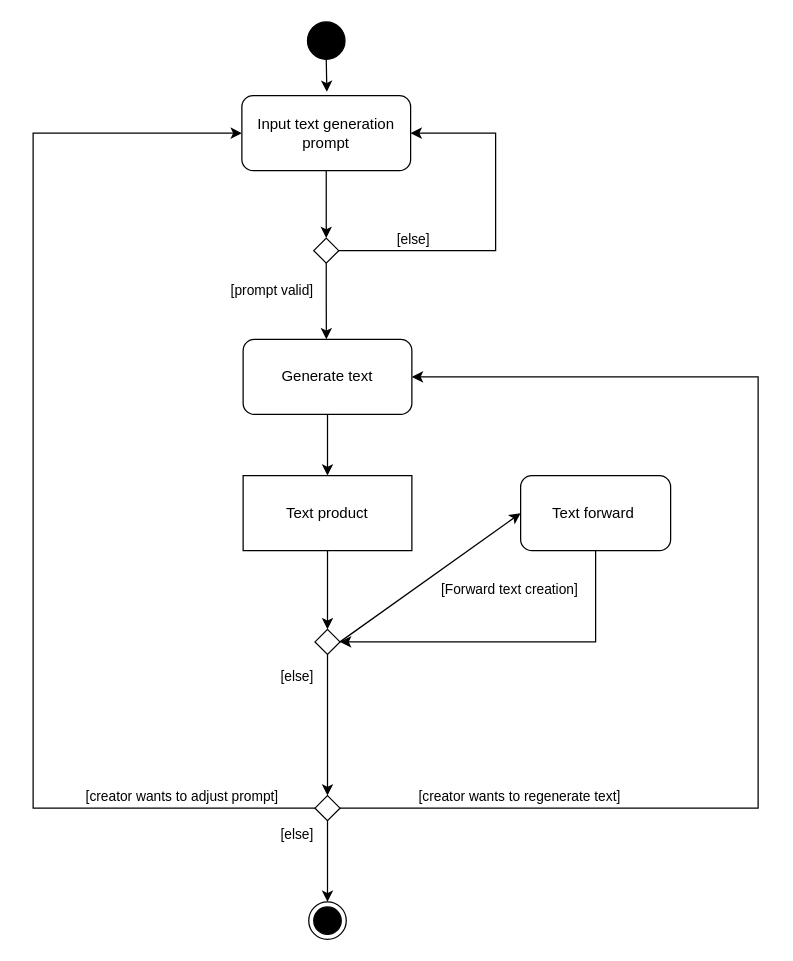
Earlier version of the draw.io diagram Documentation/Activity Diagram/Text Creation AD 20231005.drawio (Darrenchenn/Model-based-software-design). Source tidied: cells renumbered, new cells numbered last; positions are measured from the earlier drawing's top-left corner, leaving out a move shared by most shapes. Both pictures are drawn from the tidied source at 125%, with x=0, y=0 at pixel (32, 21).
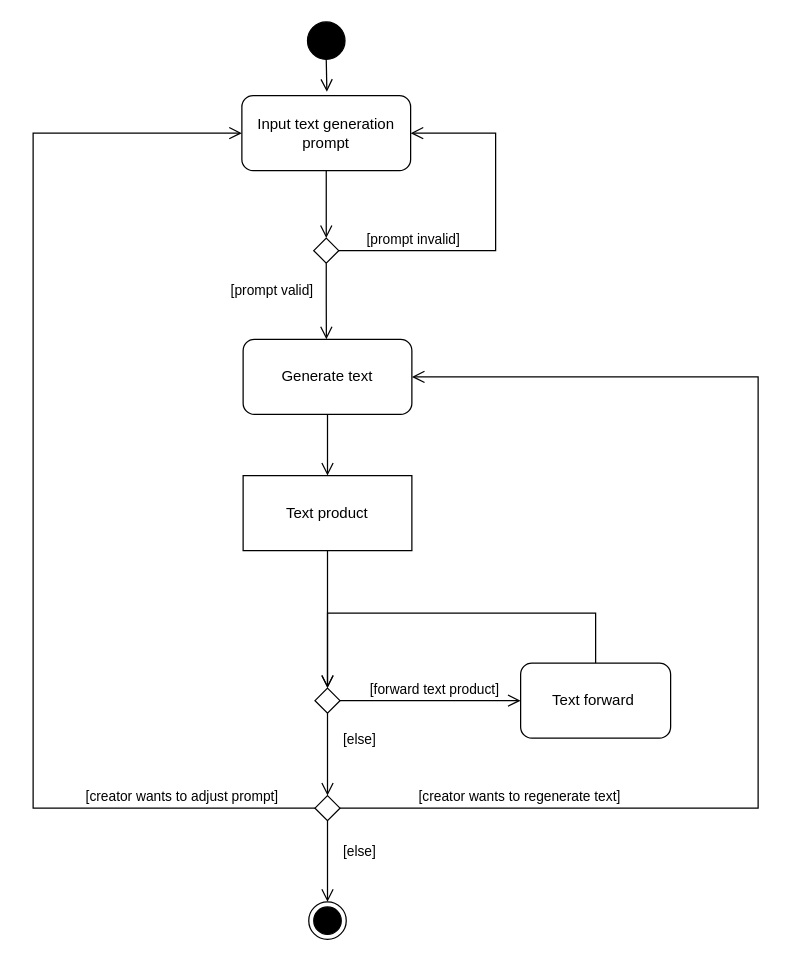
After the change.

The change refers to these unchanged cells:
```xml
<mxCell id="7" style="rhombus;fillColor=none;strokeColor=#000000;" parent="1" vertex="1">
  <mxGeometry x="224.5" y="173" width="20" height="20" as="geometry" />
</mxCell>
<mxCell id="9" value="Input text generation prompt" style="rounded=1;whiteSpace=wrap;html=1;" parent="1" vertex="1">
  <mxGeometry x="167" y="59" width="135" height="60" as="geometry" />
</mxCell>
<mxCell id="11" value="Generate text" style="rounded=1;whiteSpace=wrap;html=1;" parent="1" vertex="1">
  <mxGeometry x="168" y="254" width="135" height="60" as="geometry" />
</mxCell>
<mxCell id="18" style="ellipse;fillColor=strokeColor;html=1;" parent="1" vertex="1">
  <mxGeometry x="219.5" width="30" height="30" as="geometry" />
</mxCell>
<mxCell id="19" style="ellipse;html=1;shape=endState;fillColor=strokeColor;" parent="1" vertex="1">
  <mxGeometry x="220.5" y="704" width="30" height="30" as="geometry" />
</mxCell>
<mxCell id="20" style="rhombus;fillColor=none;strokeColor=#000000;" parent="1" vertex="1">
  <mxGeometry x="225.5" y="619" width="20" height="20" as="geometry" />
</mxCell>
<mxCell id="21" value="Text product" style="rounded=0;whiteSpace=wrap;html=1;" parent="1" vertex="1">
  <mxGeometry x="168" y="363" width="135" height="60" as="geometry" />
</mxCell>
```

The edit, as a diff of the source:
```diff
@@
-    <mxCell id="2" style="edgeStyle=orthogonalEdgeStyle;rounded=0;jettySize=auto;html=1;endArrow=classic;endFill=1;exitX=0.5;exitY=1;exitDx=0;exitDy=0;entryX=0.5;entryY=0;entryDx=0;entryDy=0;" parent="1" edge="1" source="9" target="7">
+    <mxCell id="2" style="edgeStyle=orthogonalEdgeStyle;rounded=0;jettySize=auto;html=1;endArrow=open;endFill=0;exitX=0.5;exitY=1;exitDx=0;exitDy=0;entryX=0.5;entryY=0;entryDx=0;entryDy=0;endSize=8;startSize=8;" parent="1" edge="1" source="9" target="7">
       <mxGeometry relative="1" as="geometry" />
     </mxCell>
-    <mxCell id="3" style="edgeStyle=orthogonalEdgeStyle;rounded=0;jettySize=auto;html=1;entryX=1;entryY=0.5;entryDx=0;entryDy=0;exitX=1;exitY=0.5;exitDx=0;exitDy=0;" parent="1" edge="1" source="7" target="9">
+    <mxCell id="3" style="edgeStyle=orthogonalEdgeStyle;rounded=0;jettySize=auto;html=1;entryX=1;entryY=0.5;entryDx=0;entryDy=0;exitX=1;exitY=0.5;exitDx=0;exitDy=0;endArrow=open;endFill=0;endSize=8;startSize=8;" parent="1" edge="1" source="7" target="9">
       <mxGeometry relative="1" as="geometry">
         <Array as="points">
           <mxPoint x="370" y="183" />
           <mxPoint x="370" y="89" />
         </Array>
       </mxGeometry>
     </mxCell>
-    <mxCell id="4" value="[else]" style="edgeLabel;html=1;align=center;verticalAlign=middle;" parent="3" vertex="1">
+    <mxCell id="4" value="[prompt invalid]" style="edgeLabel;html=1;align=center;verticalAlign=middle;" parent="3" vertex="1">
       <mxGeometry x="-0.69" y="-3" relative="1" as="geometry">
         <mxPoint x="14" y="-13" as="offset" />
       </mxGeometry>
     </mxCell>
-    <mxCell id="5" style="edgeStyle=orthogonalEdgeStyle;rounded=0;jettySize=auto;html=1;entryX=0.5;entryY=0;entryDx=0;entryDy=0;exitX=0.5;exitY=1;exitDx=0;exitDy=0;" parent="1" edge="1" source="7">
+    <mxCell id="5" style="edgeStyle=orthogonalEdgeStyle;rounded=0;jettySize=auto;html=1;entryX=0.5;entryY=0;entryDx=0;entryDy=0;exitX=0.5;exitY=1;exitDx=0;exitDy=0;endArrow=open;endFill=0;endSize=8;startSize=8;" parent="1" edge="1" source="7">
       <mxGeometry relative="1" as="geometry">
         <mxPoint x="234.6" y="254" as="targetPoint" />
       </mxGeometry>
     </mxCell>
@@
-    <mxCell id="8" style="edgeStyle=orthogonalEdgeStyle;rounded=0;jettySize=auto;html=1;exitX=0.5;exitY=1;exitDx=0;exitDy=0;" parent="1" edge="1" source="18">
+    <mxCell id="8" style="edgeStyle=orthogonalEdgeStyle;rounded=0;jettySize=auto;html=1;exitX=0.5;exitY=1;exitDx=0;exitDy=0;endArrow=open;endFill=0;endSize=8;startSize=8;" parent="1" edge="1" source="18">
       <mxGeometry relative="1" as="geometry">
         <mxPoint x="235" y="56" as="targetPoint" />
       </mxGeometry>
     </mxCell>
@@
-    <mxCell id="10" style="edgeStyle=orthogonalEdgeStyle;rounded=0;jettySize=auto;html=1;entryX=0.5;entryY=0;entryDx=0;entryDy=0;" parent="1" edge="1" source="11" target="21">
+    <mxCell id="10" style="edgeStyle=orthogonalEdgeStyle;rounded=0;jettySize=auto;html=1;entryX=0.5;entryY=0;entryDx=0;entryDy=0;endArrow=open;endFill=0;endSize=8;startSize=8;" parent="1" edge="1" source="11" target="21">
       <mxGeometry relative="1" as="geometry" />
     </mxCell>
@@
-    <mxCell id="12" style="edgeStyle=orthogonalEdgeStyle;rounded=0;jettySize=auto;html=1;entryX=0;entryY=0.5;entryDx=0;entryDy=0;exitX=0;exitY=0.5;exitDx=0;exitDy=0;" parent="1" edge="1" source="20" target="9">
+    <mxCell id="12" style="edgeStyle=orthogonalEdgeStyle;rounded=0;jettySize=auto;html=1;entryX=0;entryY=0.5;entryDx=0;entryDy=0;exitX=0;exitY=0.5;exitDx=0;exitDy=0;endArrow=open;endFill=0;endSize=8;startSize=8;" parent="1" edge="1" source="20" target="9">
       <mxGeometry relative="1" as="geometry">
         <Array as="points">
           <mxPoint y="629" />
           <mxPoint y="89" />
         </Array>
       </mxGeometry>
     </mxCell>
@@
-    <mxCell id="14" style="edgeStyle=orthogonalEdgeStyle;rounded=0;jettySize=auto;html=1;entryX=1;entryY=0.5;entryDx=0;entryDy=0;exitX=1;exitY=0.5;exitDx=0;exitDy=0;" parent="1" edge="1" source="20" target="11">
+    <mxCell id="14" style="edgeStyle=orthogonalEdgeStyle;rounded=0;jettySize=auto;html=1;entryX=1;entryY=0.5;entryDx=0;entryDy=0;exitX=1;exitY=0.5;exitDx=0;exitDy=0;endArrow=open;endFill=0;endSize=8;startSize=8;" parent="1" edge="1" source="20" target="11">
       <mxGeometry relative="1" as="geometry">
         <Array as="points">
           <mxPoint x="580" y="629" />
           <mxPoint x="580" y="284" />
         </Array>
       </mxGeometry>
     </mxCell>
@@
-    <mxCell id="16" style="edgeStyle=orthogonalEdgeStyle;rounded=0;jettySize=auto;html=1;entryX=0.5;entryY=0;entryDx=0;entryDy=0;exitX=0.5;exitY=1;exitDx=0;exitDy=0;" parent="1" edge="1" source="20" target="19">
+    <mxCell id="16" style="edgeStyle=orthogonalEdgeStyle;rounded=0;jettySize=auto;html=1;entryX=0.5;entryY=0;entryDx=0;entryDy=0;exitX=0.5;exitY=1;exitDx=0;exitDy=0;endArrow=open;endFill=0;endSize=8;startSize=8;" parent="1" edge="1" source="20" target="19">
       <mxGeometry relative="1" as="geometry" />
     </mxCell>
     <mxCell id="17" value="[else]" style="edgeLabel;html=1;align=center;verticalAlign=middle;" parent="16" vertex="1">
       <mxGeometry x="-0.28" y="-3" relative="1" as="geometry">
-        <mxPoint x="-22" y="-13" as="offset" />
+        <mxPoint x="28" y="1" as="offset" />
       </mxGeometry>
     </mxCell>
@@
-    <mxCell id="22" style="edgeStyle=orthogonalEdgeStyle;rounded=0;jettySize=auto;html=1;entryX=0.5;entryY=0;entryDx=0;entryDy=0;" parent="1" edge="1" source="21" target="23">
+    <mxCell id="22" style="edgeStyle=orthogonalEdgeStyle;rounded=0;jettySize=auto;html=1;entryX=0.5;entryY=0;entryDx=0;entryDy=0;endArrow=open;endFill=0;endSize=8;startSize=8;" parent="1" edge="1" source="21" target="23">
       <mxGeometry relative="1" as="geometry" />
     </mxCell>
     <mxCell id="23" style="rhombus;fillColor=none;strokeColor=#000000;" parent="1" vertex="1">
-      <mxGeometry x="225.5" y="486" width="20" height="20" as="geometry" />
+      <mxGeometry x="225.5" y="533" width="20" height="20" as="geometry" />
     </mxCell>
-    <mxCell id="24" style="endArrow=classic;html=1;rounded=0;exitX=1;exitY=0.5;exitDx=0;exitDy=0;entryX=0;entryY=0.5;entryDx=0;entryDy=0;" parent="1" edge="1" source="23" target="27">
+    <mxCell id="24" style="endArrow=open;html=1;rounded=0;exitX=1;exitY=0.5;exitDx=0;exitDy=0;entryX=0;entryY=0.5;entryDx=0;entryDy=0;endFill=0;endSize=8;startSize=8;" parent="1" edge="1" source="23" target="27">
       <mxGeometry relative="1" as="geometry" />
     </mxCell>
-    <mxCell id="25" value="[Forward text creation]" style="edgeLabel;html=1;align=center;verticalAlign=middle;" parent="24" vertex="1">
+    <mxCell id="25" value="[forward text product]" style="edgeLabel;html=1;align=center;verticalAlign=middle;" parent="24" vertex="1">
       <mxGeometry x="-0.23" y="3" relative="1" as="geometry">
-        <mxPoint x="81" y="-1" as="offset" />
+        <mxPoint x="19" y="-7" as="offset" />
       </mxGeometry>
     </mxCell>
-    <mxCell id="26" style="edgeStyle=orthogonalEdgeStyle;rounded=0;jettySize=auto;html=1;entryX=1;entryY=0.5;entryDx=0;entryDy=0;exitX=0.5;exitY=1;exitDx=0;exitDy=0;" parent="1" edge="1" source="27" target="23">
+    <mxCell id="26" style="edgeStyle=orthogonalEdgeStyle;rounded=0;jettySize=auto;html=1;entryX=0.5;entryY=0;entryDx=0;entryDy=0;endArrow=open;endFill=0;endSize=8;startSize=8;" parent="1" edge="1" source="27" target="23">
       <mxGeometry relative="1" as="geometry">
         <Array as="points">
-          <mxPoint x="450" y="496" />
+          <mxPoint x="450" y="473" />
+          <mxPoint x="235" y="473" />
         </Array>
       </mxGeometry>
     </mxCell>
     <mxCell id="27" value="Text forward&amp;nbsp;" style="rounded=1;whiteSpace=wrap;html=1;" parent="1" vertex="1">
-      <mxGeometry x="390" y="363" width="120" height="60" as="geometry" />
+      <mxGeometry x="390" y="513" width="120" height="60" as="geometry" />
     </mxCell>
-    <mxCell id="28" style="edgeStyle=orthogonalEdgeStyle;rounded=0;jettySize=auto;html=1;entryX=0.5;entryY=0;entryDx=0;entryDy=0;exitX=0.5;exitY=1;exitDx=0;exitDy=0;" parent="1" edge="1" source="23" target="20">
+    <mxCell id="28" style="edgeStyle=orthogonalEdgeStyle;rounded=0;jettySize=auto;html=1;entryX=0.5;entryY=0;entryDx=0;entryDy=0;exitX=0.5;exitY=1;exitDx=0;exitDy=0;endArrow=open;endFill=0;endSize=8;startSize=8;" parent="1" edge="1" source="23" target="20">
       <mxGeometry relative="1" as="geometry" />
     </mxCell>
     <mxCell id="29" value="[else]" style="edgeLabel;html=1;align=center;verticalAlign=middle;" parent="28" vertex="1">
       <mxGeometry x="-0.52" y="2" relative="1" as="geometry">
-        <mxPoint x="-27" y="-10" as="offset" />
+        <mxPoint x="23" y="4" as="offset" />
       </mxGeometry>
     </mxCell>
```
